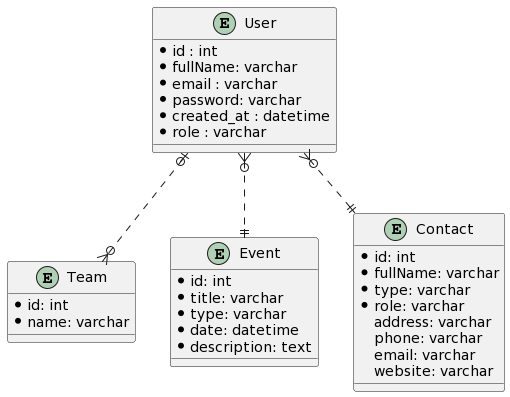
Above: application/document/Database.png in Lukam90/Sym-CRM (PlantUML), before the change.
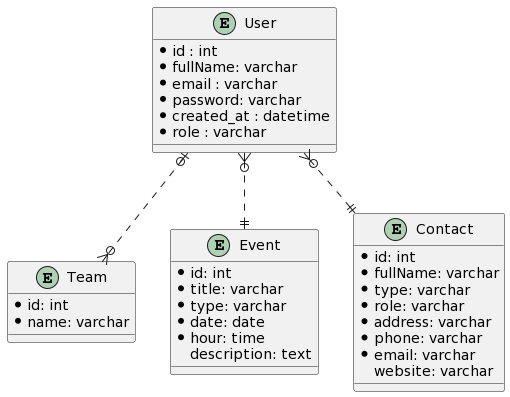
The same diagram one commit later.

Diff of the diagram source:
```diff
@@ -21,8 +21,9 @@
     *id: int
     *title: varchar
     *type: varchar
-    *date: datetime
-    *description: text
+    *date: date
+    *hour: time
+    description: text
 }
 
 
@@ -31,9 +32,9 @@
     *fullName: varchar
     *type: varchar
     *role: varchar
-    address: varchar
-    phone: varchar
-    email: varchar
+    *address: varchar
+    *phone: varchar
+    *email: varchar
     website: varchar
 }
 
```
